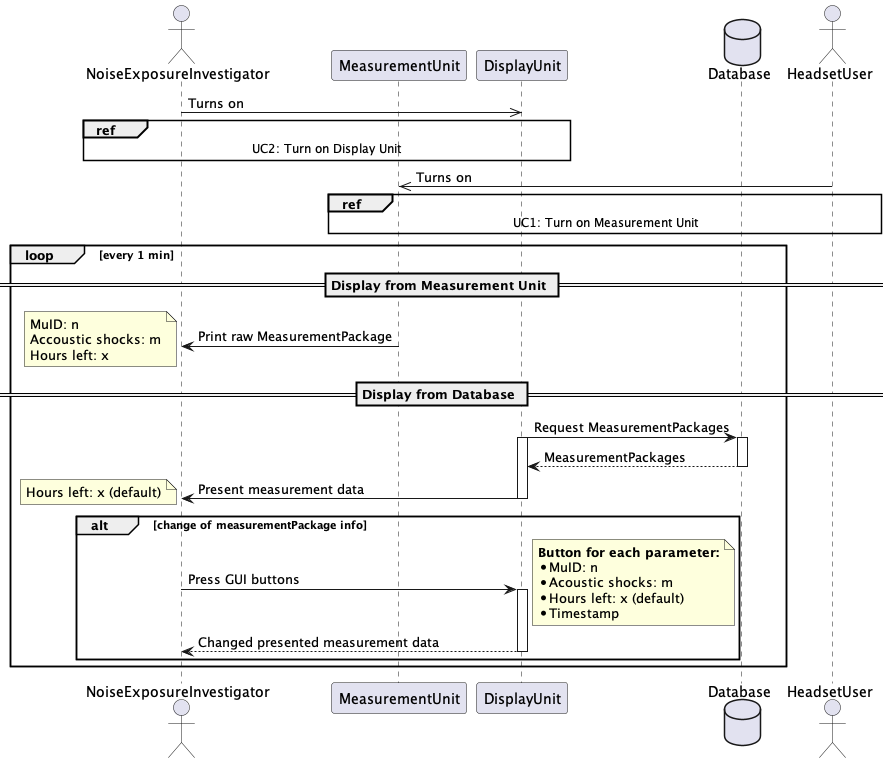
This is Structure/System/SequenceDiagrams/out/sequence_end2end_ver3.png from VilliamBo/Bachelor, a PlantUML export, as it was before one commit.
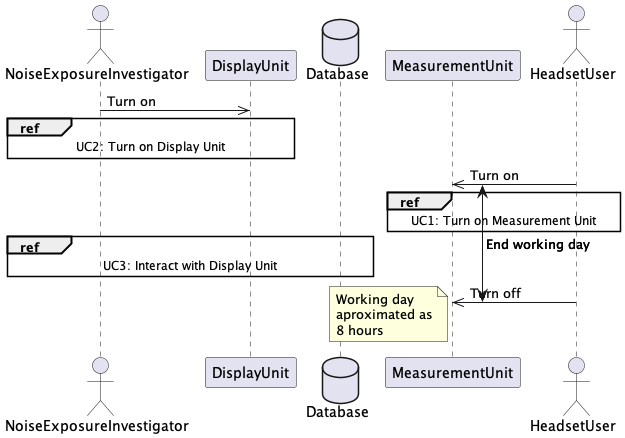
After the commit.

Diff of the diagram source:
```diff
@@ -1,56 +1,27 @@
 @startuml sequence_diagram_e2e
+!pragma teoz true
 
 actor NoiseExposureInvestigator as nei
-participant MeasurementUnit as mu
 participant DisplayUnit as du
 database Database as db
+participant MeasurementUnit as mu
 actor HeadsetUser as hu
 
-nei ->> du : Turns on
+nei ->> du : Turn on
 ref over nei, du : UC2: Turn on Display Unit
 
-hu ->> mu : Turns on
+{start} hu ->> mu : Turn on
 ref over hu, mu : UC1: Turn on Measurement Unit
 
-loop every 1 min
+ref over nei, du, db : UC3: Interact with Display Unit
 
-== Display from Measurement Unit ==
-    mu -> nei : Print raw MeasurementPackage
-    note left
-    MuID: n
-    Accoustic shocks: m
-    Hours left: x
-    end note
+{end} hu ->> mu : Turn off
 
-== Display from Database ==
-    du -> db : Request MeasurementPackages
-    activate du
-    activate db
-    db --> du : MeasurementPackages
-    deactivate db
-
-    du -> nei : Present measurement data
-    deactivate du
-
-    note left
-    Hours left: x (default)
-    end note
-
-    alt change of measurementPackage info
-        nei -> du : Press GUI buttons
-        activate du
-
-        note right
-        **Button for each parameter:**
-        * MuID: n
-        * Acoustic shocks: m
-        * Hours left: x (default)
-        * Timestamp
-        end note
-
-        du --> nei : Changed presented measurement data
-        deactivate du
-    end
-end
+{start} <-> {end} : End working day
+note left
+Working day
+aproximated as
+8 hours
+end note
 
 @enduml
```
